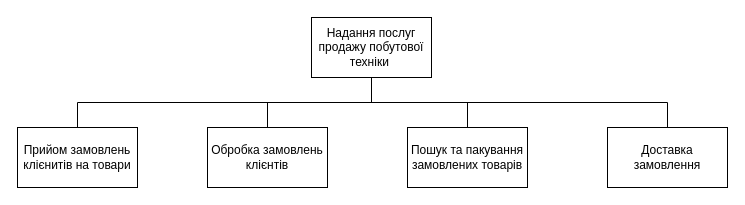
The draw.io diagram System decomposing.drawio in Mehanari/system_analysis_first_practice, before the edit. Source tidied: cells renumbered, new cells numbered last; positions are measured from the earlier drawing's top-left corner, leaving out a move shared by most shapes. Both pictures are drawn from the tidied source at 100%, with x=0, y=0 at pixel (17, 17).
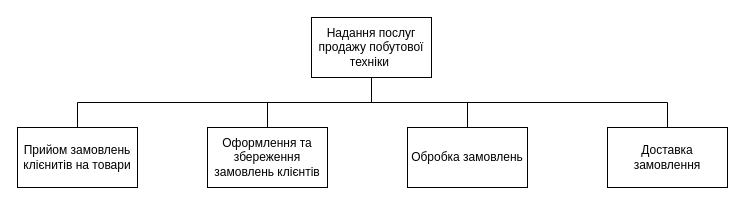
Above is the later version.

Change to the diagram source:
```diff
@@
 <mxGraphModel>
   <root>
     <mxCell id="0" />
     <mxCell id="1" parent="0" />
     <mxCell id="2" value="Надання послуг продажу побутової техніки&amp;nbsp;" style="rounded=0;whiteSpace=wrap;html=1;" parent="1" vertex="1">
       <mxGeometry x="294" width="120" height="60" as="geometry" />
     </mxCell>
     <mxCell id="3" value="Прийом замовлень клієнитів на товари" style="rounded=0;whiteSpace=wrap;html=1;" parent="1" vertex="1">
       <mxGeometry y="110" width="120" height="60" as="geometry" />
     </mxCell>
-    <mxCell id="4" value="Обробка замовлень клієнтів" style="rounded=0;whiteSpace=wrap;html=1;" parent="1" vertex="1">
+    <mxCell id="4" value="Оформлення та збереження замовлень клієнтів" style="rounded=0;whiteSpace=wrap;html=1;" parent="1" vertex="1">
       <mxGeometry x="190" y="110" width="120" height="60" as="geometry" />
     </mxCell>
-    <mxCell id="5" value="Пошук та пакування замовлених товарів" style="rounded=0;whiteSpace=wrap;html=1;" parent="1" vertex="1">
+    <mxCell id="5" value="Обробка замовлень" style="rounded=0;whiteSpace=wrap;html=1;" parent="1" vertex="1">
       <mxGeometry x="390" y="110" width="120" height="60" as="geometry" />
     </mxCell>
     <mxCell id="6" value="Доставка замовлення" style="rounded=0;whiteSpace=wrap;html=1;" parent="1" vertex="1">
       <mxGeometry x="590" y="110" width="120" height="60" as="geometry" />
     </mxCell>
     <mxCell id="7" style="endArrow=none;html=1;rounded=0;entryX=0.5;entryY=1;entryDx=0;entryDy=0;exitX=0.5;exitY=0;exitDx=0;exitDy=0;edgeStyle=orthogonalEdgeStyle;" parent="1" edge="1" source="3" target="2">
       <mxGeometry relative="1" as="geometry" />
     </mxCell>
     <mxCell id="8" style="endArrow=none;html=1;rounded=0;entryX=0.5;entryY=1;entryDx=0;entryDy=0;exitX=0.5;exitY=0;exitDx=0;exitDy=0;edgeStyle=orthogonalEdgeStyle;" parent="1" edge="1" source="4" target="2">
       <mxGeometry relative="1" as="geometry" />
     </mxCell>
     <mxCell id="9" style="endArrow=none;html=1;rounded=0;entryX=0.5;entryY=1;entryDx=0;entryDy=0;exitX=0.5;exitY=0;exitDx=0;exitDy=0;edgeStyle=orthogonalEdgeStyle;" parent="1" edge="1" source="5" target="2">
       <mxGeometry relative="1" as="geometry" />
     </mxCell>
     <mxCell id="10" style="endArrow=none;html=1;rounded=0;entryX=0.5;entryY=1;entryDx=0;entryDy=0;exitX=0.5;exitY=0;exitDx=0;exitDy=0;edgeStyle=orthogonalEdgeStyle;" parent="1" edge="1" source="6" target="2">
       <mxGeometry relative="1" as="geometry" />
     </mxCell>
   </root>
 </mxGraphModel>
```
